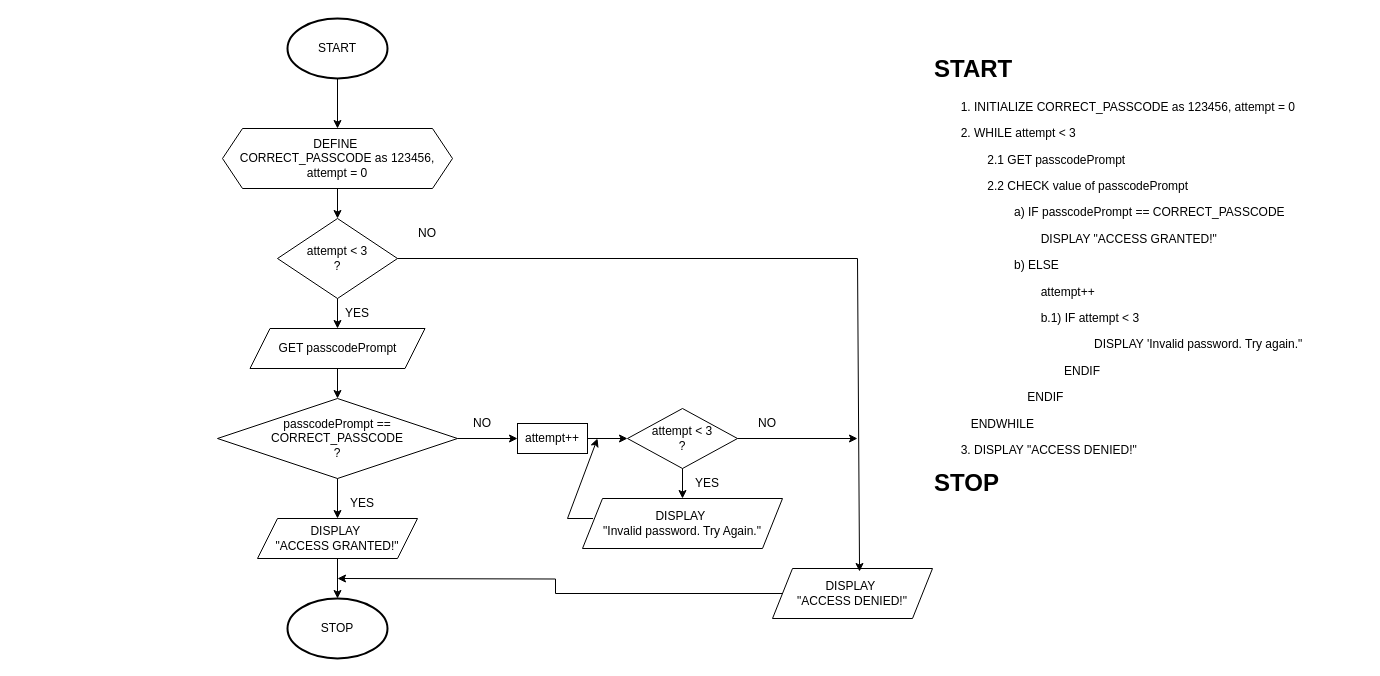
barrosaur/first-year-cpe-lab keeps this draw.io diagram as page "5.2" (2 of 3) of Lab Exercise 3.1/labE5.drawio. Above is the earlier version. Source tidied: cells renumbered, new cells numbered last; positions are measured from the earlier drawing's top-left corner, leaving out a move shared by most shapes. Both pictures are drawn from the tidied source at 100%, with x=0, y=0 at pixel (217, 18).
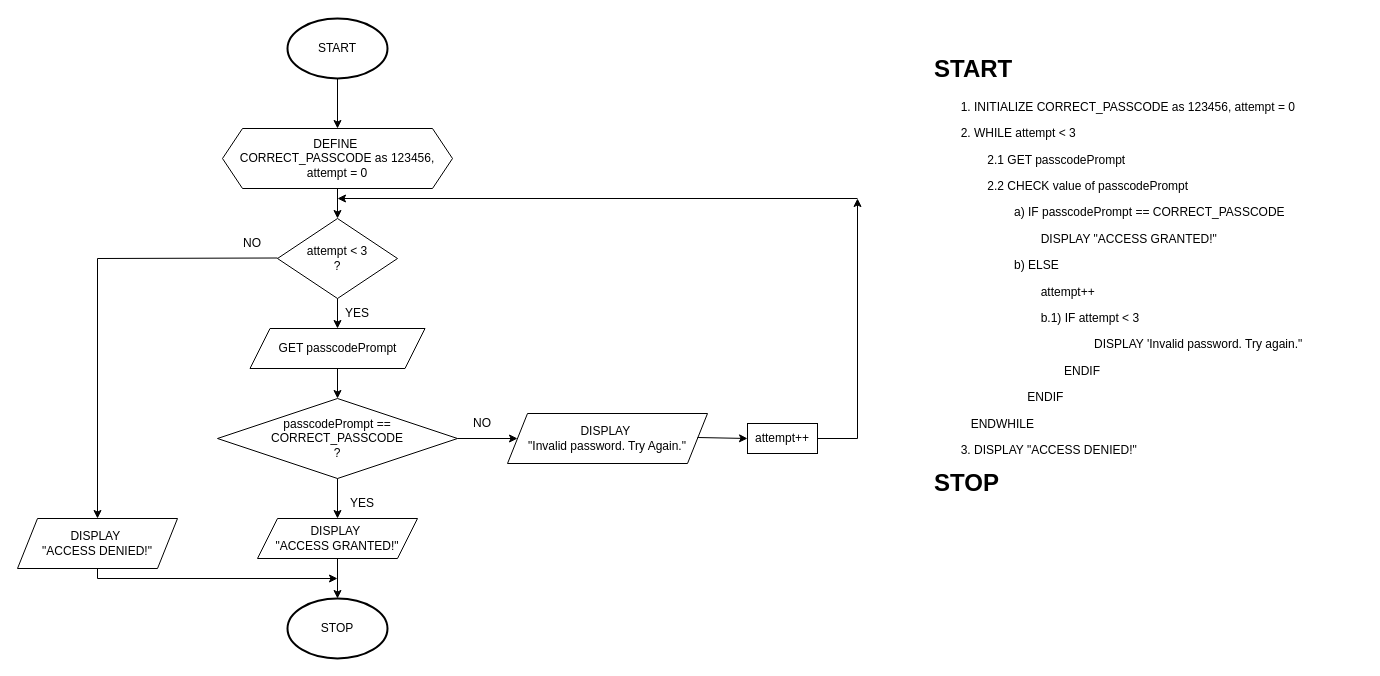
The same page after the edit.

Unchanged cells that the change refers to:
```xml
<mxCell id="5" value="attempt &amp;lt; 3&lt;div&gt;?&lt;/div&gt;" style="rhombus;whiteSpace=wrap;html=1;" parent="1" vertex="1">
  <mxGeometry x="60" y="200" width="120" height="80" as="geometry" />
</mxCell>
```

Diff of the diagram source:
```diff
@@
     <mxCell id="13" value="NO" style="text;html=1;align=center;verticalAlign=middle;whiteSpace=wrap;rounded=0;" parent="1" vertex="1">
-      <mxGeometry x="180" y="200" width="60" height="30" as="geometry" />
+      <mxGeometry x="5" y="210" width="60" height="30" as="geometry" />
     </mxCell>
@@
     <mxCell id="20" value="attempt++" style="rounded=0;whiteSpace=wrap;html=1;" parent="1" vertex="1">
-      <mxGeometry x="300" y="405" width="70" height="30" as="geometry" />
+      <mxGeometry x="530" y="405" width="70" height="30" as="geometry" />
     </mxCell>
-    <mxCell id="21" style="endArrow=classic;html=1;rounded=0;exitX=1;exitY=0.5;exitDx=0;exitDy=0;" parent="1" edge="1" source="20">
-      <mxGeometry relative="1" as="geometry">
-        <mxPoint x="410" y="420" as="targetPoint" />
-      </mxGeometry>
-    </mxCell>
-    <mxCell id="22" value="attempt &amp;lt; 3&lt;div&gt;?&lt;/div&gt;" style="rhombus;whiteSpace=wrap;html=1;" parent="1" vertex="1">
-      <mxGeometry x="410" y="390" width="110" height="60" as="geometry" />
-    </mxCell>
     <mxCell id="23" value="DISPLAY&amp;nbsp;&lt;div&gt;&quot;Invalid password. Try Again.&quot;&lt;/div&gt;" style="shape=parallelogram;perimeter=parallelogramPerimeter;whiteSpace=wrap;html=1;fixedSize=1;" parent="1" vertex="1">
-      <mxGeometry x="365" y="480" width="200" height="50" as="geometry" />
+      <mxGeometry x="290" y="395" width="200" height="50" as="geometry" />
     </mxCell>
-    <mxCell id="24" style="endArrow=classic;html=1;rounded=0;entryX=0.5;entryY=0;entryDx=0;entryDy=0;exitX=0.5;exitY=1;exitDx=0;exitDy=0;" parent="1" edge="1" source="22" target="23">
-      <mxGeometry relative="1" as="geometry" />
-    </mxCell>
-    <mxCell id="25" value="YES" style="text;html=1;align=center;verticalAlign=middle;whiteSpace=wrap;rounded=0;" parent="1" vertex="1">
-      <mxGeometry x="460" y="450" width="60" height="30" as="geometry" />
-    </mxCell>
-    <mxCell id="26" style="edgeStyle=orthogonalEdgeStyle;rounded=0;jettySize=auto;html=1;exitX=0;exitY=0.5;exitDx=0;exitDy=0;" parent="1" edge="1" source="27">
-      <mxGeometry relative="1" as="geometry">
-        <mxPoint x="120" y="560" as="targetPoint" />
-      </mxGeometry>
-    </mxCell>
     <mxCell id="27" value="DISPLAY&amp;nbsp;&lt;div&gt;&quot;ACCESS DENIED!&quot;&lt;/div&gt;" style="shape=parallelogram;perimeter=parallelogramPerimeter;whiteSpace=wrap;html=1;fixedSize=1;" parent="1" vertex="1">
-      <mxGeometry x="555" y="550" width="160" height="50" as="geometry" />
+      <mxGeometry x="-200" y="500" width="160" height="50" as="geometry" />
     </mxCell>
-    <mxCell id="28" value="NO" style="text;html=1;align=center;verticalAlign=middle;whiteSpace=wrap;rounded=0;" parent="1" vertex="1">
-      <mxGeometry x="520" y="390" width="60" height="30" as="geometry" />
-    </mxCell>
-    <mxCell id="29" style="endArrow=classic;html=1;rounded=0;exitX=1;exitY=0.5;exitDx=0;exitDy=0;" parent="1" edge="1" source="22">
+    <mxCell id="29" style="endArrow=classic;html=1;rounded=0;exitX=1;exitY=0.5;exitDx=0;exitDy=0;" parent="1" edge="1">
       <mxGeometry relative="1" as="geometry">
-        <mxPoint x="640" y="420" as="targetPoint" />
+        <mxPoint x="480" y="419" as="sourcePoint" />
+        <mxPoint x="530" y="420" as="targetPoint" />
       </mxGeometry>
     </mxCell>
-    <mxCell id="30" style="endArrow=none;html=1;rounded=0;exitX=1;exitY=0.5;exitDx=0;exitDy=0;" parent="1" edge="1" source="5">
+    <mxCell id="30" style="endArrow=none;html=1;rounded=0;" parent="1" edge="1">
       <mxGeometry relative="1" as="geometry">
-        <mxPoint x="640" y="240" as="targetPoint" />
+        <mxPoint x="-120" y="240" as="sourcePoint" />
+        <mxPoint x="60" y="239.5" as="targetPoint" />
       </mxGeometry>
     </mxCell>
-    <mxCell id="31" style="endArrow=classic;html=1;rounded=0;entryX=0.544;entryY=0.06;entryDx=0;entryDy=0;entryPerimeter=0;" parent="1" edge="1" target="27">
-      <mxGeometry relative="1" as="geometry">
-        <mxPoint x="640" y="240" as="sourcePoint" />
-      </mxGeometry>
-    </mxCell>
@@
-    <mxCell id="33" style="endArrow=classic;html=1;rounded=0;" parent="1" edge="1">
-      <mxGeometry relative="1" as="geometry">
-        <mxPoint x="350" y="500" as="sourcePoint" />
-        <mxPoint x="380" y="420" as="targetPoint" />
-      </mxGeometry>
-    </mxCell>
-    <mxCell id="34" style="endArrow=none;html=1;rounded=0;entryX=0.053;entryY=0.4;entryDx=0;entryDy=0;entryPerimeter=0;" parent="1" edge="1" target="23">
-      <mxGeometry relative="1" as="geometry">
-        <mxPoint x="350" y="500" as="sourcePoint" />
-      </mxGeometry>
-    </mxCell>
+    <mxCell id="35" style="endArrow=classic;html=1;rounded=0;entryX=0.5;entryY=0;entryDx=0;entryDy=0;" parent="1" edge="1" target="27">
+      <mxGeometry relative="1" as="geometry">
+        <mxPoint x="-120" y="240" as="sourcePoint" />
+      </mxGeometry>
+    </mxCell>
+    <mxCell id="36" style="endArrow=classic;html=1;rounded=0;" parent="1" edge="1">
+      <mxGeometry relative="1" as="geometry">
+        <mxPoint x="640" y="180" as="sourcePoint" />
+        <mxPoint x="120" y="180" as="targetPoint" />
+      </mxGeometry>
+    </mxCell>
+    <mxCell id="37" style="endArrow=none;html=1;rounded=0;exitX=1;exitY=0.5;exitDx=0;exitDy=0;" parent="1" edge="1" source="20">
+      <mxGeometry relative="1" as="geometry">
+        <mxPoint x="640" y="420" as="targetPoint" />
+      </mxGeometry>
+    </mxCell>
+    <mxCell id="38" style="endArrow=classic;html=1;rounded=0;" parent="1" edge="1">
+      <mxGeometry relative="1" as="geometry">
+        <mxPoint x="640" y="420" as="sourcePoint" />
+        <mxPoint x="640" y="180" as="targetPoint" />
+      </mxGeometry>
+    </mxCell>
+    <mxCell id="39" style="endArrow=classic;html=1;rounded=0;" parent="1" edge="1">
+      <mxGeometry relative="1" as="geometry">
+        <mxPoint x="-120" y="560" as="sourcePoint" />
+        <mxPoint x="120" y="560" as="targetPoint" />
+      </mxGeometry>
+    </mxCell>
+    <mxCell id="40" style="endArrow=none;html=1;rounded=0;entryX=0.5;entryY=1;entryDx=0;entryDy=0;" parent="1" edge="1" target="27">
+      <mxGeometry relative="1" as="geometry">
+        <mxPoint x="-120" y="560" as="sourcePoint" />
+      </mxGeometry>
+    </mxCell>
```
